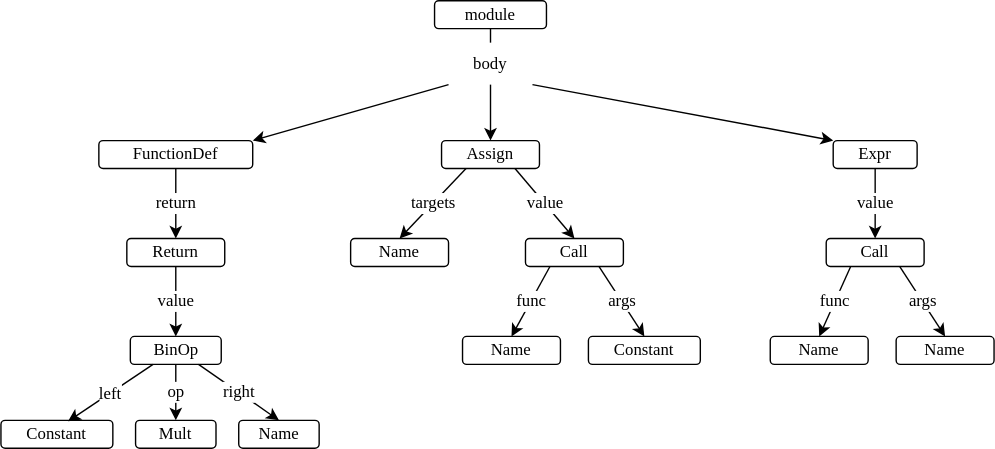
Before: docs/lint/ast_simple.svg, a diagram exported from draw.io (gvwilson/sdxpy). Source tidied: cells renumbered, new cells last; positions are measured from the earlier drawing's top-left corner, leaving out a move shared by most shapes.
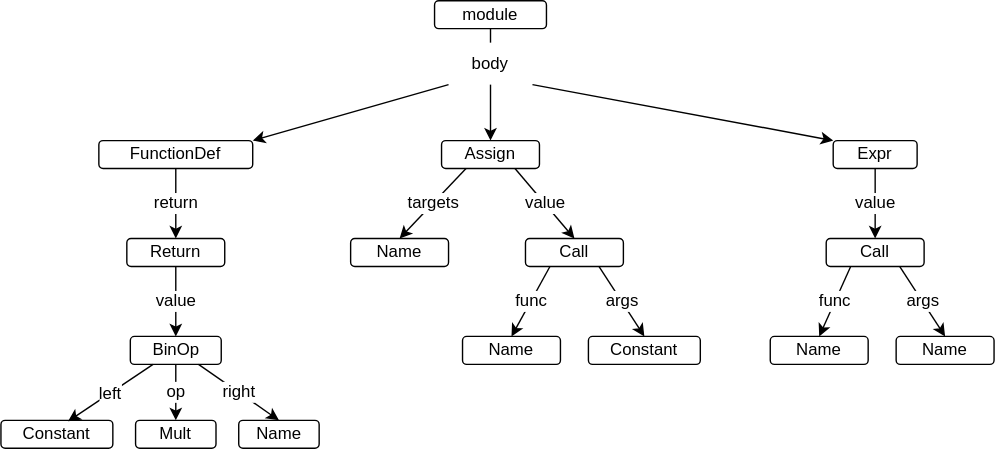
Above is the later version.

What changed in the source:
```diff
@@ -2,103 +2,103 @@
   <root>
     <mxCell id="0" />
     <mxCell id="1" parent="0" />
-    <mxCell id="2" value="&lt;font style=&quot;font-size: 12px;&quot;&gt;module&lt;/font&gt;" style="rounded=1;whiteSpace=wrap;html=1;fillColor=none;fontFamily=Verdana;fontSize=12;" parent="1" vertex="1">
+    <mxCell id="2" value="&lt;font style=&quot;font-size: 12px;&quot;&gt;module&lt;/font&gt;" style="rounded=1;whiteSpace=wrap;html=1;fillColor=none;fontFamily=Helvetica;fontSize=12;" parent="1" vertex="1">
       <mxGeometry x="310" width="80" height="20" as="geometry" />
     </mxCell>
-    <mxCell id="3" value="&lt;font style=&quot;font-size: 12px;&quot;&gt;FunctionDef&lt;/font&gt;" style="rounded=1;whiteSpace=wrap;html=1;fillColor=none;fontFamily=Verdana;fontSize=12;" parent="1" vertex="1">
+    <mxCell id="3" value="&lt;font style=&quot;font-size: 12px;&quot;&gt;FunctionDef&lt;/font&gt;" style="rounded=1;whiteSpace=wrap;html=1;fillColor=none;fontFamily=Helvetica;fontSize=12;" parent="1" vertex="1">
       <mxGeometry x="70" y="100" width="110" height="20" as="geometry" />
     </mxCell>
-    <mxCell id="4" value="&lt;font style=&quot;font-size: 12px;&quot;&gt;Assign&lt;/font&gt;" style="rounded=1;whiteSpace=wrap;html=1;fillColor=none;fontFamily=Verdana;fontSize=12;" parent="1" vertex="1">
+    <mxCell id="4" value="&lt;font style=&quot;font-size: 12px;&quot;&gt;Assign&lt;/font&gt;" style="rounded=1;whiteSpace=wrap;html=1;fillColor=none;fontFamily=Helvetica;fontSize=12;" parent="1" vertex="1">
       <mxGeometry x="315" y="100" width="70" height="20" as="geometry" />
     </mxCell>
-    <mxCell id="5" value="&lt;font style=&quot;font-size: 12px;&quot;&gt;Expr&lt;/font&gt;" style="rounded=1;whiteSpace=wrap;html=1;fillColor=none;fontFamily=Verdana;fontSize=12;" parent="1" vertex="1">
+    <mxCell id="5" value="&lt;font style=&quot;font-size: 12px;&quot;&gt;Expr&lt;/font&gt;" style="rounded=1;whiteSpace=wrap;html=1;fillColor=none;fontFamily=Helvetica;fontSize=12;" parent="1" vertex="1">
       <mxGeometry x="595" y="100" width="60" height="20" as="geometry" />
     </mxCell>
-    <mxCell id="6" value="body" style="text;html=1;strokeColor=none;fillColor=none;align=center;verticalAlign=middle;whiteSpace=wrap;rounded=0;fontFamily=Verdana;fontSize=12;" parent="1" vertex="1">
+    <mxCell id="6" value="body" style="text;html=1;strokeColor=none;fillColor=none;align=center;verticalAlign=middle;whiteSpace=wrap;rounded=0;fontFamily=Helvetica;fontSize=12;" parent="1" vertex="1">
       <mxGeometry x="320" y="30" width="60" height="30" as="geometry" />
     </mxCell>
-    <mxCell id="7" value="&lt;font style=&quot;font-size: 12px;&quot;&gt;Return&lt;/font&gt;" style="rounded=1;whiteSpace=wrap;html=1;fillColor=none;fontFamily=Verdana;fontSize=12;" parent="1" vertex="1">
+    <mxCell id="7" value="&lt;font style=&quot;font-size: 12px;&quot;&gt;Return&lt;/font&gt;" style="rounded=1;whiteSpace=wrap;html=1;fillColor=none;fontFamily=Helvetica;fontSize=12;" parent="1" vertex="1">
       <mxGeometry x="90" y="170" width="70" height="20" as="geometry" />
     </mxCell>
-    <mxCell id="8" value="&lt;font style=&quot;font-size: 12px;&quot;&gt;Constant&lt;/font&gt;" style="rounded=1;whiteSpace=wrap;html=1;fillColor=none;fontFamily=Verdana;fontSize=12;" parent="1" vertex="1">
+    <mxCell id="8" value="&lt;font style=&quot;font-size: 12px;&quot;&gt;Constant&lt;/font&gt;" style="rounded=1;whiteSpace=wrap;html=1;fillColor=none;fontFamily=Helvetica;fontSize=12;" parent="1" vertex="1">
       <mxGeometry y="300" width="80" height="20" as="geometry" />
     </mxCell>
-    <mxCell id="9" value="&lt;font style=&quot;font-size: 12px;&quot;&gt;BinOp&lt;/font&gt;" style="rounded=1;whiteSpace=wrap;html=1;fillColor=none;fontFamily=Verdana;fontSize=12;" parent="1" vertex="1">
+    <mxCell id="9" value="&lt;font style=&quot;font-size: 12px;&quot;&gt;BinOp&lt;/font&gt;" style="rounded=1;whiteSpace=wrap;html=1;fillColor=none;fontFamily=Helvetica;fontSize=12;" parent="1" vertex="1">
       <mxGeometry x="92.5" y="240" width="65" height="20" as="geometry" />
     </mxCell>
-    <mxCell id="10" value="&lt;font style=&quot;font-size: 12px;&quot;&gt;Mult&lt;/font&gt;" style="rounded=1;whiteSpace=wrap;html=1;fillColor=none;fontFamily=Verdana;fontSize=12;" parent="1" vertex="1">
+    <mxCell id="10" value="&lt;font style=&quot;font-size: 12px;&quot;&gt;Mult&lt;/font&gt;" style="rounded=1;whiteSpace=wrap;html=1;fillColor=none;fontFamily=Helvetica;fontSize=12;" parent="1" vertex="1">
       <mxGeometry x="96.2" y="300" width="57.5" height="20" as="geometry" />
     </mxCell>
-    <mxCell id="11" value="&lt;font style=&quot;font-size: 12px;&quot;&gt;Name&lt;/font&gt;" style="rounded=1;whiteSpace=wrap;html=1;fillColor=none;fontFamily=Verdana;fontSize=12;" parent="1" vertex="1">
+    <mxCell id="11" value="&lt;font style=&quot;font-size: 12px;&quot;&gt;Name&lt;/font&gt;" style="rounded=1;whiteSpace=wrap;html=1;fillColor=none;fontFamily=Helvetica;fontSize=12;" parent="1" vertex="1">
       <mxGeometry x="170" y="300" width="57.5" height="20" as="geometry" />
     </mxCell>
-    <mxCell id="12" value="&lt;font style=&quot;font-size: 12px;&quot;&gt;&lt;span style=&quot;font-size: 12px;&quot;&gt;Name&lt;/span&gt;&lt;/font&gt;" style="rounded=1;whiteSpace=wrap;html=1;fillColor=none;fontFamily=Verdana;fontSize=12;" parent="1" vertex="1">
+    <mxCell id="12" value="&lt;font style=&quot;font-size: 12px;&quot;&gt;&lt;span style=&quot;font-size: 12px;&quot;&gt;Name&lt;/span&gt;&lt;/font&gt;" style="rounded=1;whiteSpace=wrap;html=1;fillColor=none;fontFamily=Helvetica;fontSize=12;" parent="1" vertex="1">
       <mxGeometry x="250" y="170" width="70" height="20" as="geometry" />
     </mxCell>
-    <mxCell id="13" value="&lt;font style=&quot;font-size: 12px;&quot;&gt;&lt;span style=&quot;font-size: 12px;&quot;&gt;Call&lt;/span&gt;&lt;/font&gt;" style="rounded=1;whiteSpace=wrap;html=1;fillColor=none;fontFamily=Verdana;fontSize=12;" parent="1" vertex="1">
+    <mxCell id="13" value="&lt;font style=&quot;font-size: 12px;&quot;&gt;&lt;span style=&quot;font-size: 12px;&quot;&gt;Call&lt;/span&gt;&lt;/font&gt;" style="rounded=1;whiteSpace=wrap;html=1;fillColor=none;fontFamily=Helvetica;fontSize=12;" parent="1" vertex="1">
       <mxGeometry x="375" y="170" width="70" height="20" as="geometry" />
     </mxCell>
-    <mxCell id="14" value="&lt;font style=&quot;font-size: 12px;&quot;&gt;&lt;span style=&quot;font-size: 12px;&quot;&gt;Name&lt;/span&gt;&lt;/font&gt;" style="rounded=1;whiteSpace=wrap;html=1;fillColor=none;fontFamily=Verdana;fontSize=12;" parent="1" vertex="1">
+    <mxCell id="14" value="&lt;font style=&quot;font-size: 12px;&quot;&gt;&lt;span style=&quot;font-size: 12px;&quot;&gt;Name&lt;/span&gt;&lt;/font&gt;" style="rounded=1;whiteSpace=wrap;html=1;fillColor=none;fontFamily=Helvetica;fontSize=12;" parent="1" vertex="1">
       <mxGeometry x="330" y="240" width="70" height="20" as="geometry" />
     </mxCell>
-    <mxCell id="15" value="&lt;font style=&quot;font-size: 12px;&quot;&gt;&lt;span style=&quot;font-size: 12px;&quot;&gt;Constant&lt;/span&gt;&lt;/font&gt;" style="rounded=1;whiteSpace=wrap;html=1;fillColor=none;fontFamily=Verdana;fontSize=12;" parent="1" vertex="1">
+    <mxCell id="15" value="&lt;font style=&quot;font-size: 12px;&quot;&gt;&lt;span style=&quot;font-size: 12px;&quot;&gt;Constant&lt;/span&gt;&lt;/font&gt;" style="rounded=1;whiteSpace=wrap;html=1;fillColor=none;fontFamily=Helvetica;fontSize=12;" parent="1" vertex="1">
       <mxGeometry x="420" y="240" width="80" height="20" as="geometry" />
     </mxCell>
-    <mxCell id="16" value="&lt;font style=&quot;font-size: 12px;&quot;&gt;&lt;span style=&quot;font-size: 12px;&quot;&gt;Call&lt;/span&gt;&lt;/font&gt;" style="rounded=1;whiteSpace=wrap;html=1;fillColor=none;fontFamily=Verdana;fontSize=12;" parent="1" vertex="1">
+    <mxCell id="16" value="&lt;font style=&quot;font-size: 12px;&quot;&gt;&lt;span style=&quot;font-size: 12px;&quot;&gt;Call&lt;/span&gt;&lt;/font&gt;" style="rounded=1;whiteSpace=wrap;html=1;fillColor=none;fontFamily=Helvetica;fontSize=12;" parent="1" vertex="1">
       <mxGeometry x="590" y="170" width="70" height="20" as="geometry" />
     </mxCell>
-    <mxCell id="17" value="&lt;font style=&quot;font-size: 12px;&quot;&gt;&lt;span style=&quot;font-size: 12px;&quot;&gt;Name&lt;/span&gt;&lt;/font&gt;" style="rounded=1;whiteSpace=wrap;html=1;fillColor=none;fontFamily=Verdana;fontSize=12;" parent="1" vertex="1">
+    <mxCell id="17" value="&lt;font style=&quot;font-size: 12px;&quot;&gt;&lt;span style=&quot;font-size: 12px;&quot;&gt;Name&lt;/span&gt;&lt;/font&gt;" style="rounded=1;whiteSpace=wrap;html=1;fillColor=none;fontFamily=Helvetica;fontSize=12;" parent="1" vertex="1">
       <mxGeometry x="550" y="240" width="70" height="20" as="geometry" />
     </mxCell>
-    <mxCell id="18" value="&lt;font style=&quot;font-size: 12px;&quot;&gt;&lt;span style=&quot;font-size: 12px;&quot;&gt;Name&lt;/span&gt;&lt;/font&gt;" style="rounded=1;whiteSpace=wrap;html=1;fillColor=none;fontFamily=Verdana;fontSize=12;" parent="1" vertex="1">
+    <mxCell id="18" value="&lt;font style=&quot;font-size: 12px;&quot;&gt;&lt;span style=&quot;font-size: 12px;&quot;&gt;Name&lt;/span&gt;&lt;/font&gt;" style="rounded=1;whiteSpace=wrap;html=1;fillColor=none;fontFamily=Helvetica;fontSize=12;" parent="1" vertex="1">
       <mxGeometry x="640" y="240" width="70" height="20" as="geometry" />
     </mxCell>
-    <mxCell id="19" style="endArrow=none;html=1;rounded=1;fontFamily=Verdana;fontSize=12;entryX=0.5;entryY=1;entryDx=0;entryDy=0;exitX=0.5;exitY=0;exitDx=0;exitDy=0;" parent="1" edge="1" source="6" target="2">
+    <mxCell id="19" style="endArrow=none;html=1;rounded=1;fontFamily=Helvetica;fontSize=12;entryX=0.5;entryY=1;entryDx=0;entryDy=0;exitX=0.5;exitY=0;exitDx=0;exitDy=0;" parent="1" edge="1" source="6" target="2">
       <mxGeometry relative="1" as="geometry" />
     </mxCell>
-    <mxCell id="20" style="endArrow=classic;html=1;rounded=1;fontFamily=Verdana;fontSize=12;entryX=1;entryY=0;entryDx=0;entryDy=0;exitX=0;exitY=1;exitDx=0;exitDy=0;" parent="1" edge="1" source="6" target="3">
+    <mxCell id="20" style="endArrow=classic;html=1;rounded=1;fontFamily=Helvetica;fontSize=12;entryX=1;entryY=0;entryDx=0;entryDy=0;exitX=0;exitY=1;exitDx=0;exitDy=0;" parent="1" edge="1" source="6" target="3">
       <mxGeometry relative="1" as="geometry" />
     </mxCell>
-    <mxCell id="21" style="endArrow=classic;html=1;rounded=1;fontFamily=Verdana;fontSize=12;exitX=0.5;exitY=1;exitDx=0;exitDy=0;entryX=0.5;entryY=0;entryDx=0;entryDy=0;" parent="1" edge="1" source="6" target="4">
+    <mxCell id="21" style="endArrow=classic;html=1;rounded=1;fontFamily=Helvetica;fontSize=12;exitX=0.5;exitY=1;exitDx=0;exitDy=0;entryX=0.5;entryY=0;entryDx=0;entryDy=0;" parent="1" edge="1" source="6" target="4">
       <mxGeometry relative="1" as="geometry" />
     </mxCell>
-    <mxCell id="22" style="endArrow=classic;html=1;rounded=1;fontFamily=Verdana;fontSize=12;exitX=1;exitY=1;exitDx=0;exitDy=0;entryX=0;entryY=0;entryDx=0;entryDy=0;" parent="1" edge="1" source="6" target="5">
+    <mxCell id="22" style="endArrow=classic;html=1;rounded=1;fontFamily=Helvetica;fontSize=12;exitX=1;exitY=1;exitDx=0;exitDy=0;entryX=0;entryY=0;entryDx=0;entryDy=0;" parent="1" edge="1" source="6" target="5">
       <mxGeometry relative="1" as="geometry" />
     </mxCell>
-    <mxCell id="23" value="return" style="endArrow=classic;html=1;rounded=1;fontFamily=Verdana;fontSize=12;exitX=0.5;exitY=1;exitDx=0;exitDy=0;entryX=0.5;entryY=0;entryDx=0;entryDy=0;" parent="1" edge="1" source="3" target="7">
+    <mxCell id="23" value="return" style="endArrow=classic;html=1;rounded=1;fontFamily=Helvetica;fontSize=12;exitX=0.5;exitY=1;exitDx=0;exitDy=0;entryX=0.5;entryY=0;entryDx=0;entryDy=0;" parent="1" edge="1" source="3" target="7">
       <mxGeometry relative="1" as="geometry" />
     </mxCell>
-    <mxCell id="24" value="value" style="endArrow=classic;html=1;rounded=1;fontFamily=Verdana;fontSize=12;exitX=0.5;exitY=1;exitDx=0;exitDy=0;entryX=0.5;entryY=0;entryDx=0;entryDy=0;" parent="1" edge="1" source="7" target="9">
+    <mxCell id="24" value="value" style="endArrow=classic;html=1;rounded=1;fontFamily=Helvetica;fontSize=12;exitX=0.5;exitY=1;exitDx=0;exitDy=0;entryX=0.5;entryY=0;entryDx=0;entryDy=0;" parent="1" edge="1" source="7" target="9">
       <mxGeometry relative="1" as="geometry" />
     </mxCell>
-    <mxCell id="25" value="left" style="endArrow=classic;html=1;rounded=1;fontFamily=Verdana;fontSize=12;entryX=0.6;entryY=0.033;entryDx=0;entryDy=0;entryPerimeter=0;exitX=0.25;exitY=1;exitDx=0;exitDy=0;" parent="1" edge="1" source="9" target="8">
+    <mxCell id="25" value="left" style="endArrow=classic;html=1;rounded=1;fontFamily=Helvetica;fontSize=12;entryX=0.6;entryY=0.033;entryDx=0;entryDy=0;entryPerimeter=0;exitX=0.25;exitY=1;exitDx=0;exitDy=0;" parent="1" edge="1" source="9" target="8">
       <mxGeometry relative="1" as="geometry" />
     </mxCell>
-    <mxCell id="26" value="op" style="endArrow=classic;html=1;rounded=1;fontFamily=Verdana;fontSize=12;exitX=0.5;exitY=1;exitDx=0;exitDy=0;entryX=0.5;entryY=0;entryDx=0;entryDy=0;" parent="1" edge="1" source="9" target="10">
+    <mxCell id="26" value="op" style="endArrow=classic;html=1;rounded=1;fontFamily=Helvetica;fontSize=12;exitX=0.5;exitY=1;exitDx=0;exitDy=0;entryX=0.5;entryY=0;entryDx=0;entryDy=0;" parent="1" edge="1" source="9" target="10">
       <mxGeometry relative="1" as="geometry" />
     </mxCell>
-    <mxCell id="27" value="right" style="endArrow=classic;html=1;rounded=1;fontFamily=Verdana;fontSize=12;entryX=0.5;entryY=0;entryDx=0;entryDy=0;exitX=0.75;exitY=1;exitDx=0;exitDy=0;" parent="1" edge="1" source="9" target="11">
+    <mxCell id="27" value="right" style="endArrow=classic;html=1;rounded=1;fontFamily=Helvetica;fontSize=12;entryX=0.5;entryY=0;entryDx=0;entryDy=0;exitX=0.75;exitY=1;exitDx=0;exitDy=0;" parent="1" edge="1" source="9" target="11">
       <mxGeometry relative="1" as="geometry" />
     </mxCell>
-    <mxCell id="28" value="targets" style="endArrow=classic;html=1;rounded=1;fontFamily=Verdana;fontSize=12;entryX=0.5;entryY=0;entryDx=0;entryDy=0;exitX=0.25;exitY=1;exitDx=0;exitDy=0;" parent="1" edge="1" source="4" target="12">
+    <mxCell id="28" value="targets" style="endArrow=classic;html=1;rounded=1;fontFamily=Helvetica;fontSize=12;entryX=0.5;entryY=0;entryDx=0;entryDy=0;exitX=0.25;exitY=1;exitDx=0;exitDy=0;" parent="1" edge="1" source="4" target="12">
       <mxGeometry relative="1" as="geometry" />
     </mxCell>
-    <mxCell id="29" value="value" style="endArrow=classic;html=1;rounded=1;fontFamily=Verdana;fontSize=12;entryX=0.5;entryY=0;entryDx=0;entryDy=0;exitX=0.75;exitY=1;exitDx=0;exitDy=0;" parent="1" edge="1" source="4" target="13">
+    <mxCell id="29" value="value" style="endArrow=classic;html=1;rounded=1;fontFamily=Helvetica;fontSize=12;entryX=0.5;entryY=0;entryDx=0;entryDy=0;exitX=0.75;exitY=1;exitDx=0;exitDy=0;" parent="1" edge="1" source="4" target="13">
       <mxGeometry relative="1" as="geometry" />
     </mxCell>
-    <mxCell id="30" value="func" style="endArrow=classic;html=1;rounded=1;fontFamily=Verdana;fontSize=12;entryX=0.5;entryY=0;entryDx=0;entryDy=0;exitX=0.25;exitY=1;exitDx=0;exitDy=0;" parent="1" edge="1" source="13" target="14">
+    <mxCell id="30" value="func" style="endArrow=classic;html=1;rounded=1;fontFamily=Helvetica;fontSize=12;entryX=0.5;entryY=0;entryDx=0;entryDy=0;exitX=0.25;exitY=1;exitDx=0;exitDy=0;" parent="1" edge="1" source="13" target="14">
       <mxGeometry relative="1" as="geometry" />
     </mxCell>
-    <mxCell id="31" value="args" style="endArrow=classic;html=1;rounded=1;fontFamily=Verdana;fontSize=12;entryX=0.5;entryY=0;entryDx=0;entryDy=0;exitX=0.75;exitY=1;exitDx=0;exitDy=0;" parent="1" edge="1" source="13" target="15">
+    <mxCell id="31" value="args" style="endArrow=classic;html=1;rounded=1;fontFamily=Helvetica;fontSize=12;entryX=0.5;entryY=0;entryDx=0;entryDy=0;exitX=0.75;exitY=1;exitDx=0;exitDy=0;" parent="1" edge="1" source="13" target="15">
       <mxGeometry relative="1" as="geometry" />
     </mxCell>
-    <mxCell id="32" value="value" style="endArrow=classic;html=1;rounded=1;fontFamily=Verdana;fontSize=12;entryX=0.5;entryY=0;entryDx=0;entryDy=0;exitX=0.5;exitY=1;exitDx=0;exitDy=0;" parent="1" edge="1" source="5" target="16">
+    <mxCell id="32" value="value" style="endArrow=classic;html=1;rounded=1;fontFamily=Helvetica;fontSize=12;entryX=0.5;entryY=0;entryDx=0;entryDy=0;exitX=0.5;exitY=1;exitDx=0;exitDy=0;" parent="1" edge="1" source="5" target="16">
       <mxGeometry relative="1" as="geometry" />
     </mxCell>
-    <mxCell id="33" value="func" style="endArrow=classic;html=1;rounded=1;fontFamily=Verdana;fontSize=12;entryX=0.5;entryY=0;entryDx=0;entryDy=0;exitX=0.25;exitY=1;exitDx=0;exitDy=0;" parent="1" edge="1" source="16" target="17">
+    <mxCell id="33" value="func" style="endArrow=classic;html=1;rounded=1;fontFamily=Helvetica;fontSize=12;entryX=0.5;entryY=0;entryDx=0;entryDy=0;exitX=0.25;exitY=1;exitDx=0;exitDy=0;" parent="1" edge="1" source="16" target="17">
       <mxGeometry relative="1" as="geometry" />
     </mxCell>
-    <mxCell id="34" value="args" style="endArrow=classic;html=1;rounded=1;fontFamily=Verdana;fontSize=12;entryX=0.5;entryY=0;entryDx=0;entryDy=0;exitX=0.75;exitY=1;exitDx=0;exitDy=0;" parent="1" edge="1" source="16" target="18">
+    <mxCell id="34" value="args" style="endArrow=classic;html=1;rounded=1;fontFamily=Helvetica;fontSize=12;entryX=0.5;entryY=0;entryDx=0;entryDy=0;exitX=0.75;exitY=1;exitDx=0;exitDy=0;" parent="1" edge="1" source="16" target="18">
       <mxGeometry relative="1" as="geometry" />
     </mxCell>
   </root>
```
